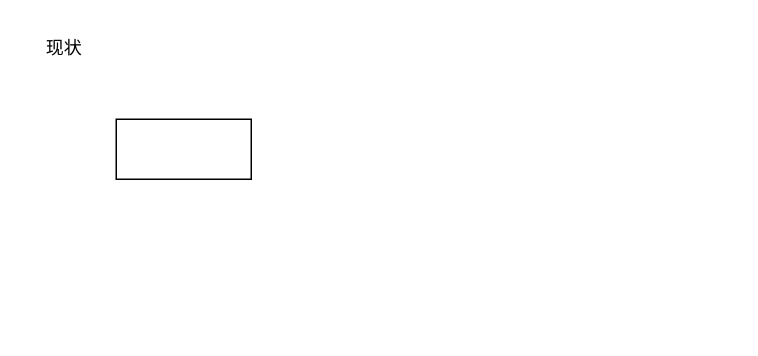
Earlier version of the draw.io diagram weixin.drawio (zx-19968/flow-chart). Source tidied: cells renumbered, new cells numbered last; positions are measured from the earlier drawing's top-left corner, leaving out a move shared by most shapes. Both pictures are drawn from the tidied source at 150%, with x=0, y=0 at pixel (26, 26).
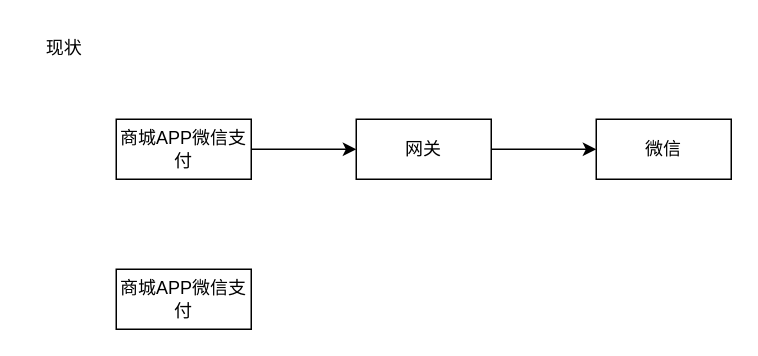
After the change.

Diff of the diagram source:
```diff
@@
 <mxGraphModel>
   <root>
     <mxCell id="0" />
     <mxCell id="1" parent="0" />
     <mxCell id="2" value="现状" style="text;html=1;align=center;verticalAlign=middle;strokeColor=none;fillColor=none;" parent="1" vertex="1">
       <mxGeometry width="50" height="30" as="geometry" />
     </mxCell>
+    <mxCell id="4" style="edgeStyle=orthogonalEdgeStyle;rounded=0;jettySize=auto;html=1;exitX=1;exitY=0.5;exitDx=0;exitDy=0;" parent="1" edge="1" source="3" target="6">
+      <mxGeometry relative="1" as="geometry" />
+    </mxCell>
-    <mxCell id="3" style="rounded=0;whiteSpace=wrap;html=1;" parent="1" vertex="1">
+    <mxCell id="3" value="商城APP微信支付" style="rounded=0;whiteSpace=wrap;html=1;" parent="1" vertex="1">
       <mxGeometry x="60" y="62" width="90" height="40" as="geometry" />
     </mxCell>
+    <mxCell id="5" style="edgeStyle=orthogonalEdgeStyle;rounded=0;jettySize=auto;html=1;exitX=1;exitY=0.5;exitDx=0;exitDy=0;" parent="1" edge="1" source="6" target="7">
+      <mxGeometry relative="1" as="geometry" />
+    </mxCell>
+    <mxCell id="6" value="网关" style="rounded=0;whiteSpace=wrap;html=1;" parent="1" vertex="1">
+      <mxGeometry x="220" y="62" width="90" height="40" as="geometry" />
+    </mxCell>
+    <mxCell id="7" value="微信" style="rounded=0;whiteSpace=wrap;html=1;" parent="1" vertex="1">
+      <mxGeometry x="380" y="62" width="90" height="40" as="geometry" />
+    </mxCell>
+    <mxCell id="8" value="商城APP微信支付" style="rounded=0;whiteSpace=wrap;html=1;" parent="1" vertex="1">
+      <mxGeometry x="60" y="162" width="90" height="40" as="geometry" />
+    </mxCell>
   </root>
 </mxGraphModel>
```
